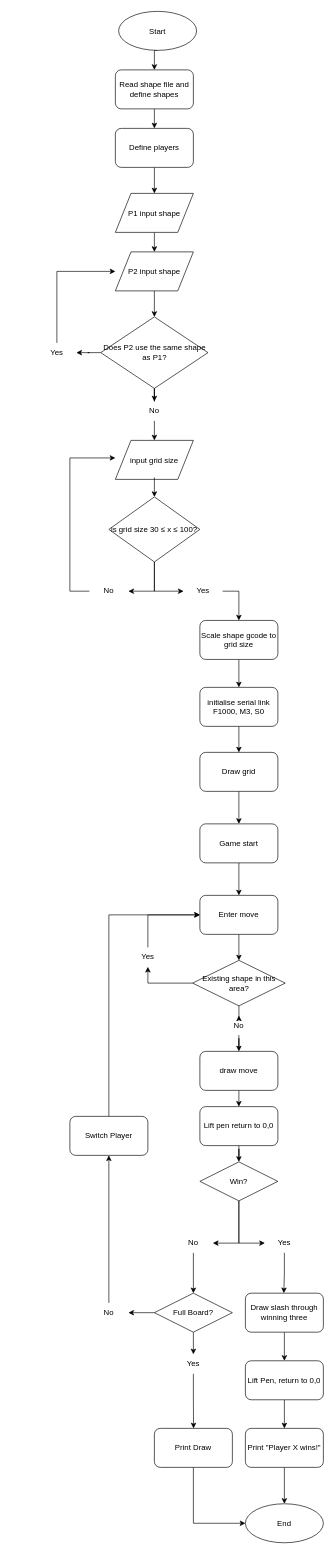
The draw.io diagram flowchart.drawio in notseronk/Software-Project, before the edit. Source tidied: cells renumbered, new cells numbered last; positions are measured from the earlier drawing's top-left corner, leaving out a move shared by most shapes. Both pictures are drawn from the tidied source at 65%, with x=0, y=0 at pixel (37, 11).
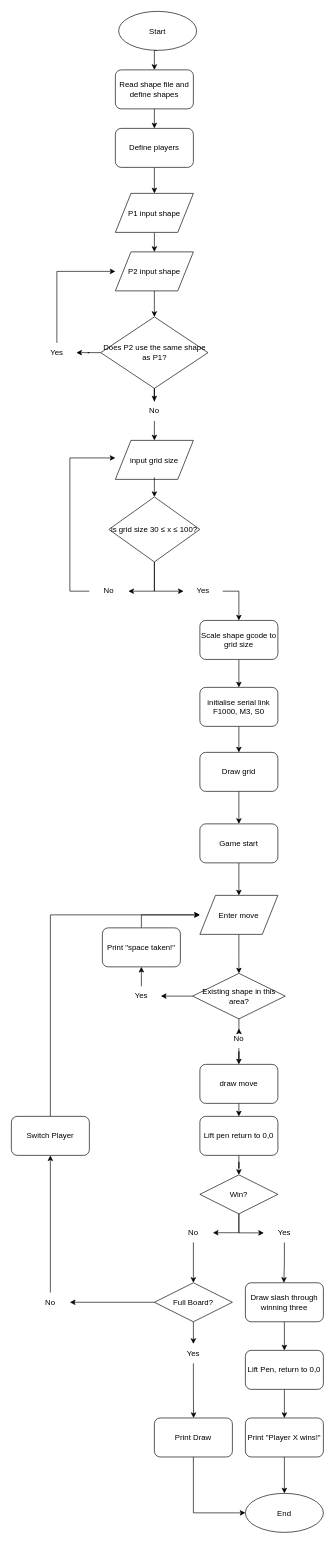
After the change.

The edit, as a diff of the source:
```diff
@@
-    <mxCell id="35" value="Enter move" style="rounded=1;whiteSpace=wrap;html=1;roundedPerimeter=1;" parent="1" vertex="1">
+    <mxCell id="35" value="Enter move" style="shape=parallelogram;" parent="1" vertex="1">
       <mxGeometry x="250" y="1360" width="120" height="60" as="geometry" />
     </mxCell>
@@
     <mxCell id="37" value="draw move" style="rounded=1;whiteSpace=wrap;html=1;roundedPerimeter=1;" parent="1" vertex="1">
-      <mxGeometry x="250" y="1600" width="120" height="60" as="geometry" />
+      <mxGeometry x="250" y="1620" width="120" height="60" as="geometry" />
     </mxCell>
@@
     <mxCell id="39" value="Win?" style="rhombus;whiteSpace=wrap;html=1;" parent="1" vertex="1">
-      <mxGeometry x="250" y="1770" width="120" height="60" as="geometry" />
+      <mxGeometry x="250" y="1790" width="120" height="60" as="geometry" />
     </mxCell>
     <mxCell id="40" value="End" style="ellipse;" parent="1" vertex="1">
-      <mxGeometry x="320" y="2296" width="120" height="60" as="geometry" />
+      <mxGeometry x="320" y="2280" width="120" height="60" as="geometry" />
     </mxCell>
@@
-    <mxCell id="42" style="edgeStyle=orthogonalEdgeStyle;rounded=0;jettySize=auto;html=1;exitX=0;exitY=0.5;exitDx=0;exitDy=0;entryX=0.5;entryY=1;entryDx=0;entryDy=0;defaultLabelBackgroundColor=page;labelPadding=0 4;" parent="1" edge="1" source="43" target="45">
+    <mxCell id="42" style="edgeStyle=orthogonalEdgeStyle;rounded=0;jettySize=auto;html=1;exitX=0;exitY=0.5;exitDx=0;exitDy=0;entryX=1;entryY=0.5;entryDx=0;entryDy=0;defaultLabelBackgroundColor=page;labelPadding=0 4;" parent="1" edge="1" source="43" target="45">
       <mxGeometry relative="1" as="geometry" />
     </mxCell>
     <mxCell id="43" value="&lt;font style=&quot;font-size: 12px;&quot;&gt;Existing shape in this area?&lt;/font&gt;" style="rhombus;whiteSpace=wrap;html=1;" parent="1" vertex="1">
-      <mxGeometry x="238.8" y="1460" width="142.5" height="70" as="geometry" />
+      <mxGeometry x="238.8" y="1480" width="142.5" height="70" as="geometry" />
     </mxCell>
-    <mxCell id="44" style="edgeStyle=orthogonalEdgeStyle;rounded=0;jettySize=auto;html=1;exitX=0.5;exitY=0;exitDx=0;exitDy=0;entryX=0;entryY=0.5;entryDx=0;entryDy=0;defaultLabelBackgroundColor=page;labelPadding=0 4;" parent="1" edge="1" source="45" target="35">
-      <mxGeometry relative="1" as="geometry" />
-    </mxCell>
+    <mxCell id="74" style="edgeStyle=orthogonalEdgeStyle;rounded=0;jettySize=auto;html=1;exitX=0.5;exitY=0;exitDx=0;exitDy=0;entryX=0.5;entryY=1;entryDx=0;entryDy=0;defaultLabelBackgroundColor=page;labelPadding=0 4;" parent="1" edge="1" source="45" target="76">
+      <mxGeometry relative="1" as="geometry" />
+    </mxCell>
     <mxCell id="45" value="Yes" style="text;html=1;whiteSpace=wrap;strokeColor=none;fillColor=none;align=center;verticalAlign=middle;rounded=0;" parent="1" vertex="1">
-      <mxGeometry x="140" y="1440" width="60" height="30" as="geometry" />
+      <mxGeometry x="130" y="1500" width="60" height="30" as="geometry" />
     </mxCell>
@@
     <mxCell id="47" value="No" style="text;html=1;whiteSpace=wrap;strokeColor=none;fillColor=none;align=center;verticalAlign=middle;rounded=0;" parent="1" vertex="1">
-      <mxGeometry x="280" y="1545" width="60" height="30" as="geometry" />
+      <mxGeometry x="280" y="1565" width="60" height="30" as="geometry" />
     </mxCell>
@@
     <mxCell id="49" value="Lift pen return to 0,0" style="rounded=1;whiteSpace=wrap;html=1;roundedPerimeter=1;" parent="1" vertex="1">
-      <mxGeometry x="250" y="1685" width="120" height="60" as="geometry" />
+      <mxGeometry x="250" y="1700" width="120" height="60" as="geometry" />
     </mxCell>
-    <mxCell id="50" style="edgeStyle=orthogonalEdgeStyle;rounded=0;jettySize=auto;html=1;exitX=0.5;exitY=1;exitDx=0;exitDy=0;defaultLabelBackgroundColor=page;labelPadding=0 4;" parent="1" edge="1" source="39" target="57">
+    <mxCell id="50" style="edgeStyle=orthogonalEdgeStyle;rounded=0;jettySize=auto;html=1;exitX=0.5;exitY=1;exitDx=0;exitDy=0;defaultLabelBackgroundColor=page;labelPadding=0 4;entryX=-0.026;entryY=0.508;entryDx=0;entryDy=0;entryPerimeter=0;" parent="1" edge="1" source="39" target="57">
       <mxGeometry x="-0.04" relative="1" as="geometry">
         <Array as="points">
-          <mxPoint x="310" y="1895" />
+          <mxPoint x="310" y="1879.2" />
         </Array>
       </mxGeometry>
     </mxCell>
@@
     <mxCell id="52" value="Draw slash through winning three" style="rounded=1;whiteSpace=wrap;html=1;roundedPerimeter=1;" parent="1" vertex="1">
-      <mxGeometry x="320" y="1972" width="120" height="60" as="geometry" />
+      <mxGeometry x="320" y="1956" width="120" height="60" as="geometry" />
     </mxCell>
@@
     <mxCell id="55" value="Full Board?" style="rhombus;whiteSpace=wrap;html=1;" parent="1" vertex="1">
-      <mxGeometry x="180" y="1972" width="120" height="60" as="geometry" />
+      <mxGeometry x="180" y="1956" width="120" height="60" as="geometry" />
     </mxCell>
@@
     <mxCell id="57" value="Yes" style="text;html=1;whiteSpace=wrap;strokeColor=none;fillColor=none;align=center;verticalAlign=middle;rounded=0;" parent="1" vertex="1">
-      <mxGeometry x="350" y="1880" width="60" height="30" as="geometry" />
+      <mxGeometry x="350" y="1864" width="60" height="30" as="geometry" />
     </mxCell>
@@
     <mxCell id="59" value="No" style="text;html=1;whiteSpace=wrap;strokeColor=none;fillColor=none;align=center;verticalAlign=middle;rounded=0;" parent="1" vertex="1">
-      <mxGeometry x="210" y="1880" width="60" height="30" as="geometry" />
+      <mxGeometry x="210" y="1864" width="60" height="30" as="geometry" />
     </mxCell>
@@
     <mxCell id="61" value="No" style="text;html=1;whiteSpace=wrap;strokeColor=none;fillColor=none;align=center;verticalAlign=middle;rounded=0;" parent="1" vertex="1">
-      <mxGeometry x="80" y="1987" width="60" height="30" as="geometry" />
+      <mxGeometry x="-10" y="1971" width="60" height="30" as="geometry" />
     </mxCell>
@@
     <mxCell id="63" value="Switch Player" style="rounded=1;whiteSpace=wrap;html=1;roundedPerimeter=1;" parent="1" vertex="1">
-      <mxGeometry x="50" y="1700" width="120" height="60" as="geometry" />
+      <mxGeometry x="-40" y="1700" width="120" height="60" as="geometry" />
     </mxCell>
@@
     <mxCell id="65" value="Print Draw" style="rounded=1;whiteSpace=wrap;html=1;roundedPerimeter=1;" parent="1" vertex="1">
-      <mxGeometry x="180" y="2180" width="120" height="60" as="geometry" />
+      <mxGeometry x="180" y="2164" width="120" height="60" as="geometry" />
     </mxCell>
@@
     <mxCell id="67" value="Print &quot;Player X wins!&quot;" style="rounded=1;whiteSpace=wrap;html=1;roundedPerimeter=1;" parent="1" vertex="1">
-      <mxGeometry x="320" y="2180" width="120" height="60" as="geometry" />
+      <mxGeometry x="320" y="2164" width="120" height="60" as="geometry" />
     </mxCell>
@@
     <mxCell id="69" value="Yes" style="text;html=1;whiteSpace=wrap;strokeColor=none;fillColor=none;align=center;verticalAlign=middle;rounded=0;" parent="1" vertex="1">
-      <mxGeometry x="210" y="2066" width="60" height="30" as="geometry" />
+      <mxGeometry x="210" y="2050" width="60" height="30" as="geometry" />
     </mxCell>
@@
     <mxCell id="71" value="Lift Pen, return to 0,0" style="rounded=1;whiteSpace=wrap;html=1;roundedPerimeter=1;" parent="1" vertex="1">
-      <mxGeometry x="320" y="2076" width="120" height="60" as="geometry" />
+      <mxGeometry x="320" y="2060" width="120" height="60" as="geometry" />
     </mxCell>
@@
+    <mxCell id="75" style="edgeStyle=orthogonalEdgeStyle;rounded=0;jettySize=auto;html=1;exitX=0.5;exitY=0;exitDx=0;exitDy=0;entryX=0;entryY=0.5;entryDx=0;entryDy=0;defaultLabelBackgroundColor=page;labelPadding=0 4;" parent="1" edge="1" source="76" target="35">
+      <mxGeometry relative="1" as="geometry" />
+    </mxCell>
+    <mxCell id="76" value="Print &quot;space taken!&quot;" style="rounded=1;whiteSpace=wrap;html=1;roundedPerimeter=1;" parent="1" vertex="1">
+      <mxGeometry x="100" y="1410" width="120" height="60" as="geometry" />
+    </mxCell>
```
